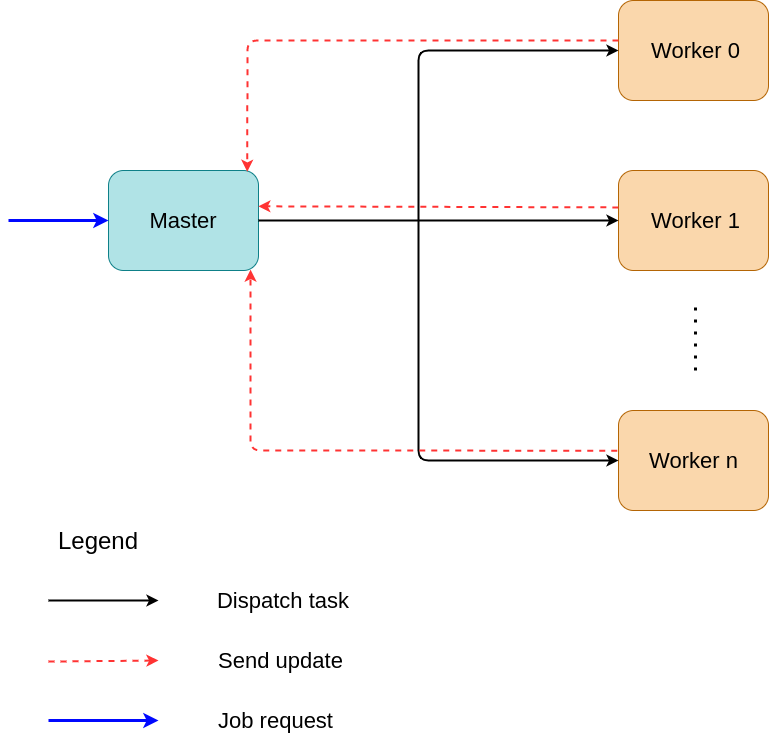
The draw.io diagram assets/yacs-overall.png in MadhavJivrajani/YACS, before a commit. Source tidied: cells renumbered, new cells last; positions are measured from the earlier drawing's top-left corner, leaving out a move shared by most shapes.
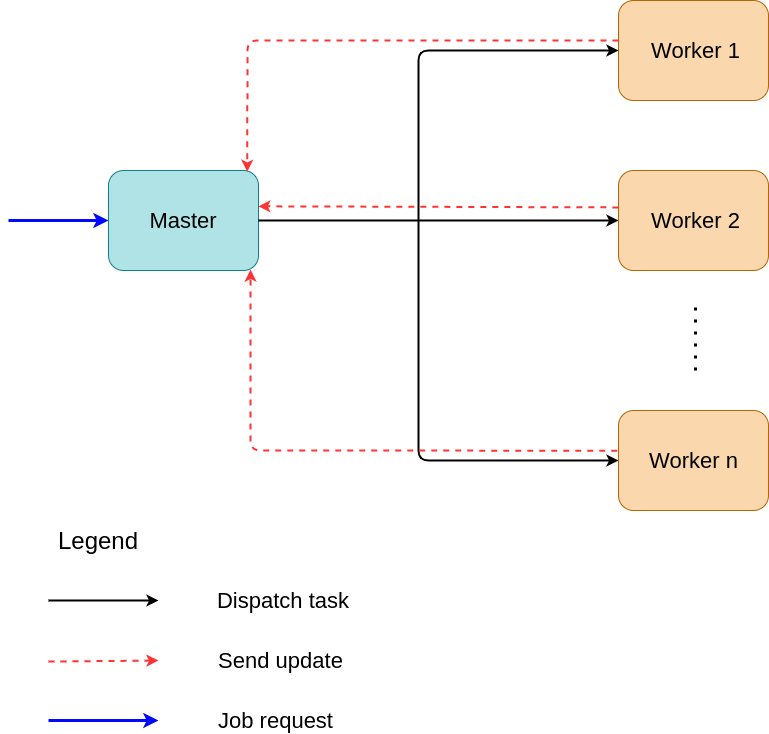
After the commit.

Commit message:
correct numbering of workers in diagram

Change to the diagram source:
```diff
@@ -54,10 +54,10 @@
         </Array>
       </mxGeometry>
     </mxCell>
-    <mxCell id="13" value="&lt;font style=&quot;font-size: 22px&quot;&gt;Worker 0&lt;/font&gt;" style="text;html=1;strokeColor=none;fillColor=none;align=center;verticalAlign=middle;whiteSpace=wrap;rounded=0;glass=1;dashed=1;" parent="1" vertex="1">
+    <mxCell id="13" value="&lt;font style=&quot;font-size: 22px&quot;&gt;Worker 1&lt;/font&gt;" style="text;html=1;strokeColor=none;fillColor=none;align=center;verticalAlign=middle;whiteSpace=wrap;rounded=0;glass=1;dashed=1;" parent="1" vertex="1">
       <mxGeometry x="640" y="40" width="95" height="20" as="geometry" />
     </mxCell>
-    <mxCell id="14" value="&lt;font style=&quot;font-size: 22px&quot;&gt;Worker 1&lt;/font&gt;" style="text;html=1;strokeColor=none;fillColor=none;align=center;verticalAlign=middle;whiteSpace=wrap;rounded=0;glass=1;dashed=1;" parent="1" vertex="1">
+    <mxCell id="14" value="&lt;font style=&quot;font-size: 22px&quot;&gt;Worker 2&lt;/font&gt;" style="text;html=1;strokeColor=none;fillColor=none;align=center;verticalAlign=middle;whiteSpace=wrap;rounded=0;glass=1;dashed=1;" parent="1" vertex="1">
       <mxGeometry x="640" y="210" width="95" height="20" as="geometry" />
     </mxCell>
     <mxCell id="15" value="&lt;font style=&quot;font-size: 22px&quot;&gt;Worker n&lt;/font&gt;" style="text;html=1;strokeColor=none;fillColor=none;align=center;verticalAlign=middle;whiteSpace=wrap;rounded=0;glass=1;dashed=1;" parent="1" vertex="1">
```
